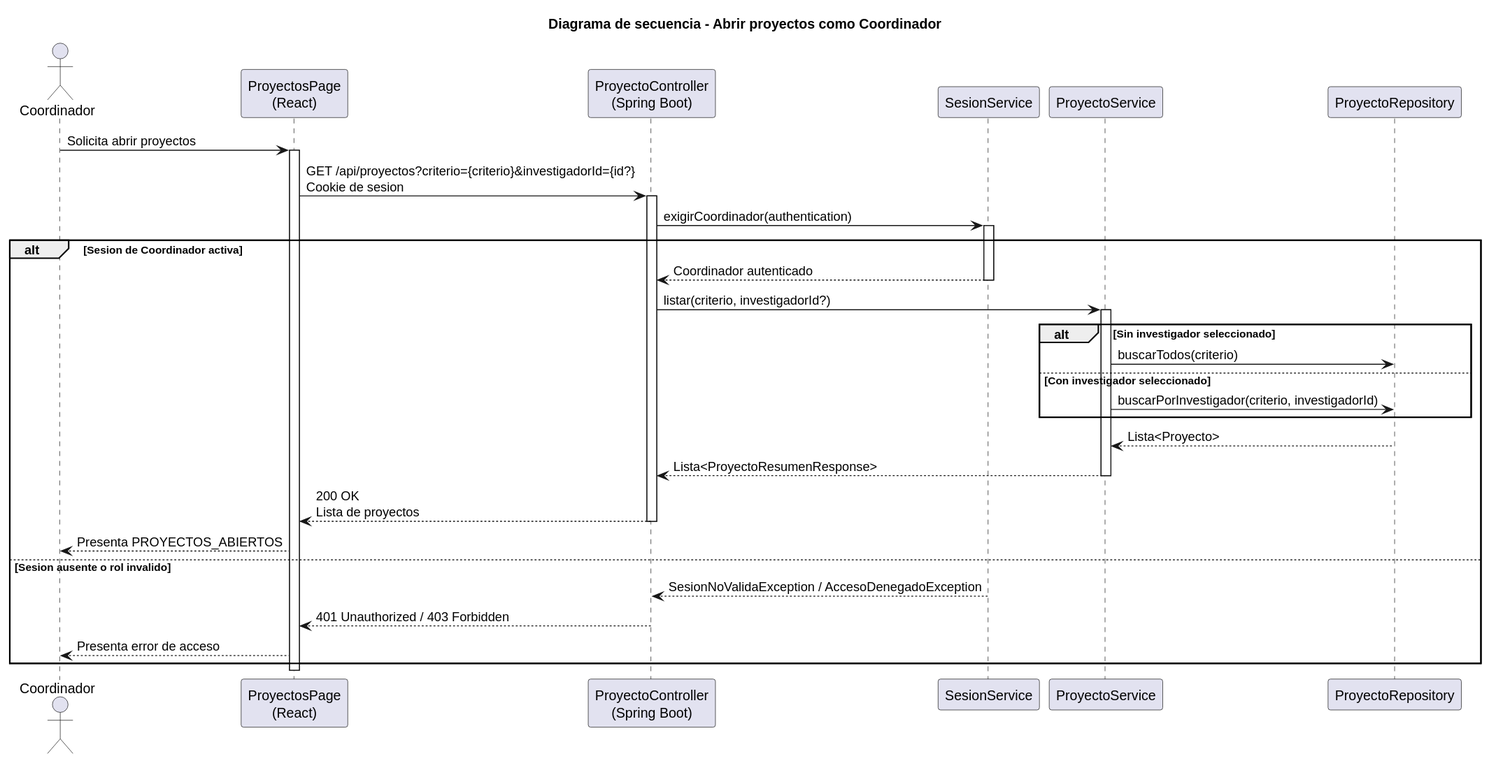
The PlantUML diagram images/RUP/02-diseño/casos-uso/coordinador/abrirProyectos/secuencia.svg in beatriizorozco/25-26-idsw2-sdVC, before a commit.
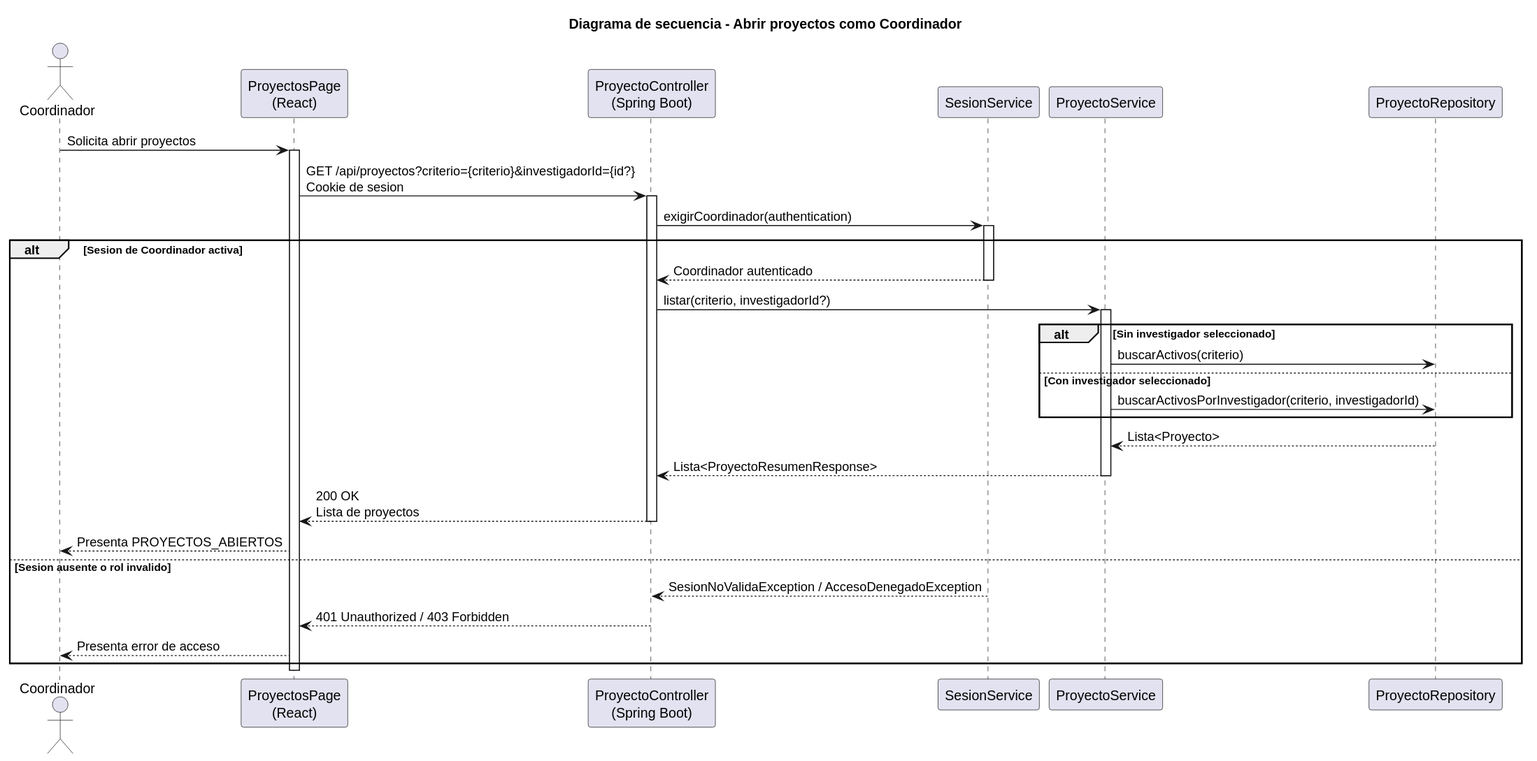
After the commit.

Diff of the diagram source:
```diff
@@ -20,9 +20,9 @@
     Api -> Service: listar(criterio, investigadorId?)
     activate Service
     alt Sin investigador seleccionado
-        Service -> Repo: buscarTodos(criterio)
+        Service -> Repo: buscarActivos(criterio)
     else Con investigador seleccionado
-        Service -> Repo: buscarPorInvestigador(criterio, investigadorId)
+        Service -> Repo: buscarActivosPorInvestigador(criterio, investigadorId)
     end
     Repo --> Service: Lista<Proyecto>
     Service --> Api: Lista<ProyectoResumenResponse>
```
